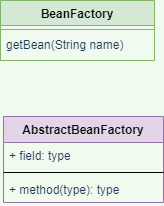
Earlier version of the draw.io export kanghong/Untitled Diagram.drawio.png (cavs-coder/diagrams). Source tidied: cells renumbered, new cells last; positions are measured from the earlier drawing's top-left corner, leaving out a move shared by most shapes.
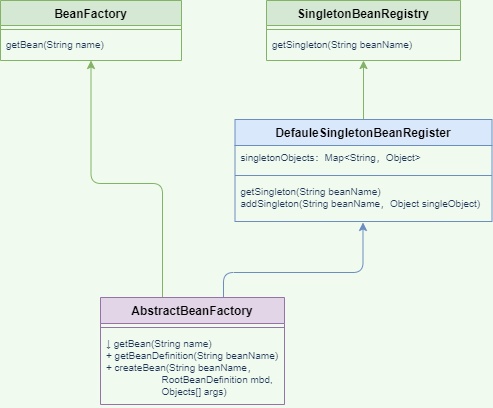
After the commit.

The edit, as a diff of the source:
```diff
@@ -3,25 +3,62 @@
     <mxCell id="0" />
     <mxCell id="1" parent="0" />
     <mxCell id="2" value="BeanFactory" style="swimlane;fontStyle=1;align=center;verticalAlign=top;horizontal=1;startSize=25;shadow=0;strokeWidth=1;fillColor=#d5e8d4;strokeColor=#82b366;" parent="1" vertex="1">
-      <mxGeometry width="154" height="60" as="geometry" />
+      <mxGeometry width="181" height="60" as="geometry" />
     </mxCell>
     <mxCell id="3" style="line;html=1;strokeWidth=1;align=left;verticalAlign=middle;spacingTop=-1;spacingLeft=3;spacingRight=3;labelPosition=right;labelBackgroundColor=#F1FAEE;fillColor=#d5e8d4;strokeColor=#82b366;" parent="2" vertex="1">
-      <mxGeometry y="25" width="154" height="8" as="geometry" />
+      <mxGeometry y="25" width="181" height="8" as="geometry" />
     </mxCell>
-    <mxCell id="4" value="getBean(String name)" style="text;align=left;verticalAlign=middle;spacingLeft=4;spacingRight=4;overflow=hidden;fontColor=#1D3557;" parent="2" vertex="1">
-      <mxGeometry y="33" width="154" height="21" as="geometry" />
+    <mxCell id="4" value="getBean(String name)" style="text;align=left;verticalAlign=middle;spacingLeft=4;spacingRight=4;overflow=hidden;fontColor=#1D3557;fontSize=10;" parent="2" vertex="1">
+      <mxGeometry y="33" width="181" height="21" as="geometry" />
     </mxCell>
+    <mxCell id="9" style="edgeStyle=orthogonalEdgeStyle;curved=0;rounded=1;sketch=0;jettySize=auto;html=1;entryX=0.5;entryY=1;entryDx=0;entryDy=0;fontColor=#1D3557;strokeColor=#82b366;fillColor=#d5e8d4;" parent="1" edge="1" source="5" target="2">
+      <mxGeometry relative="1" as="geometry">
+        <Array as="points">
+          <mxPoint x="162" y="183" />
+          <mxPoint x="91" y="183" />
+        </Array>
+      </mxGeometry>
+    </mxCell>
+    <mxCell id="10" style="edgeStyle=orthogonalEdgeStyle;curved=0;rounded=1;sketch=0;jettySize=auto;html=1;entryX=0.498;entryY=1.023;entryDx=0;entryDy=0;entryPerimeter=0;fontSize=10;fontColor=#1D3557;strokeColor=#6c8ebf;fillColor=#dae8fc;" parent="1" edge="1" source="5" target="18">
+      <mxGeometry relative="1" as="geometry">
+        <Array as="points">
+          <mxPoint x="223" y="272" />
+          <mxPoint x="363" y="272" />
+        </Array>
+      </mxGeometry>
+    </mxCell>
     <mxCell id="5" value="AbstractBeanFactory" style="swimlane;fontStyle=1;align=center;verticalAlign=top;horizontal=1;startSize=26;rounded=0;sketch=0;strokeColor=#9673a6;fillColor=#e1d5e7;" parent="1" vertex="1">
-      <mxGeometry x="3" y="116" width="160" height="86" as="geometry" />
+      <mxGeometry x="100" y="297" width="184" height="107" as="geometry" />
     </mxCell>
-    <mxCell id="6" value="+ field: type" style="text;strokeColor=none;fillColor=none;align=left;verticalAlign=top;spacingLeft=4;spacingRight=4;overflow=hidden;rounded=0;sketch=0;fontColor=#1D3557;" parent="5" vertex="1">
-      <mxGeometry y="26" width="160" height="26" as="geometry" />
-    </mxCell>
-    <mxCell id="7" style="line;strokeWidth=1;fillColor=none;align=left;verticalAlign=middle;spacingTop=-1;spacingLeft=3;spacingRight=3;labelPosition=right;rounded=0;sketch=0;fontColor=#1D3557;" parent="5" vertex="1">
-      <mxGeometry y="52" width="160" height="8" as="geometry" />
+    <mxCell id="7" style="line;strokeWidth=1;fillColor=#e1d5e7;align=left;verticalAlign=middle;spacingTop=-1;spacingLeft=3;spacingRight=3;labelPosition=right;rounded=0;sketch=0;strokeColor=#9673a6;" parent="5" vertex="1">
+      <mxGeometry y="26" width="184" height="8" as="geometry" />
     </mxCell>
-    <mxCell id="8" value="+ method(type): type" style="text;strokeColor=none;fillColor=none;align=left;verticalAlign=top;spacingLeft=4;spacingRight=4;overflow=hidden;rounded=0;sketch=0;fontColor=#1D3557;" parent="5" vertex="1">
-      <mxGeometry y="60" width="160" height="26" as="geometry" />
+    <mxCell id="8" value="↓ getBean(String name)&#10;+ getBeanDefinition(String beanName)&#10;+ createBean(String beanName，&#10;                    RootBeanDefinition mbd,&#10;                    Objects[] args)" style="text;strokeColor=none;fillColor=none;align=left;verticalAlign=top;spacingLeft=4;spacingRight=4;overflow=hidden;rounded=0;sketch=0;fontColor=#1D3557;fontSize=10;" parent="5" vertex="1">
+      <mxGeometry y="34" width="184" height="73" as="geometry" />
     </mxCell>
+    <mxCell id="11" value="SingletonBeanRegistry" style="swimlane;fontStyle=1;align=center;verticalAlign=top;horizontal=1;startSize=25;shadow=0;strokeWidth=1;fillColor=#d5e8d4;strokeColor=#82b366;" parent="1" vertex="1">
+      <mxGeometry x="266" width="194" height="60" as="geometry" />
+    </mxCell>
+    <mxCell id="12" style="line;html=1;strokeWidth=1;align=left;verticalAlign=middle;spacingTop=-1;spacingLeft=3;spacingRight=3;labelPosition=right;labelBackgroundColor=#F1FAEE;fillColor=#d5e8d4;strokeColor=#82b366;" parent="11" vertex="1">
+      <mxGeometry y="25" width="194" height="8" as="geometry" />
+    </mxCell>
+    <mxCell id="13" value="getSingleton(String beanName)" style="text;align=left;verticalAlign=middle;spacingLeft=4;spacingRight=4;overflow=hidden;fontColor=#1D3557;fontSize=10;" parent="11" vertex="1">
+      <mxGeometry y="33" width="194" height="21" as="geometry" />
+    </mxCell>
+    <mxCell id="14" style="edgeStyle=orthogonalEdgeStyle;curved=0;rounded=1;sketch=0;jettySize=auto;html=1;entryX=0.5;entryY=1;entryDx=0;entryDy=0;fontSize=10;fontColor=#1D3557;strokeColor=#82b366;fillColor=#d5e8d4;" parent="1" edge="1" source="15" target="11">
+      <mxGeometry relative="1" as="geometry" />
+    </mxCell>
+    <mxCell id="15" value="DefauleSingletonBeanRegister" style="swimlane;fontStyle=1;align=center;verticalAlign=top;horizontal=1;startSize=26;rounded=0;sketch=0;strokeColor=#6c8ebf;fillColor=#dae8fc;" parent="1" vertex="1">
+      <mxGeometry x="234.5" y="119" width="257" height="102" as="geometry" />
+    </mxCell>
+    <mxCell id="16" value="singletonObjects：Map&lt;String，Object&gt; " style="text;strokeColor=none;fillColor=none;align=left;verticalAlign=top;spacingLeft=4;spacingRight=4;overflow=hidden;rounded=0;sketch=0;fontColor=#1D3557;fontSize=10;" parent="15" vertex="1">
+      <mxGeometry y="26" width="257" height="26" as="geometry" />
+    </mxCell>
+    <mxCell id="17" style="line;strokeWidth=1;fillColor=#dae8fc;align=left;verticalAlign=middle;spacingTop=-1;spacingLeft=3;spacingRight=3;labelPosition=right;rounded=0;sketch=0;strokeColor=#6c8ebf;" parent="15" vertex="1">
+      <mxGeometry y="52" width="257" height="8" as="geometry" />
+    </mxCell>
+    <mxCell id="18" value="getSingleton(String beanName)&#10;addSingleton(String beanName，Object singleObject)" style="text;strokeColor=none;fillColor=none;align=left;verticalAlign=top;spacingLeft=4;spacingRight=4;overflow=hidden;points=[[0,0.5],[1,0.5]];portConstraint=eastwest;rounded=0;sketch=0;fontColor=#1D3557;fontSize=10;" parent="15" vertex="1">
+      <mxGeometry y="60" width="257" height="42" as="geometry" />
+    </mxCell>
   </root>
 </mxGraphModel>
```
